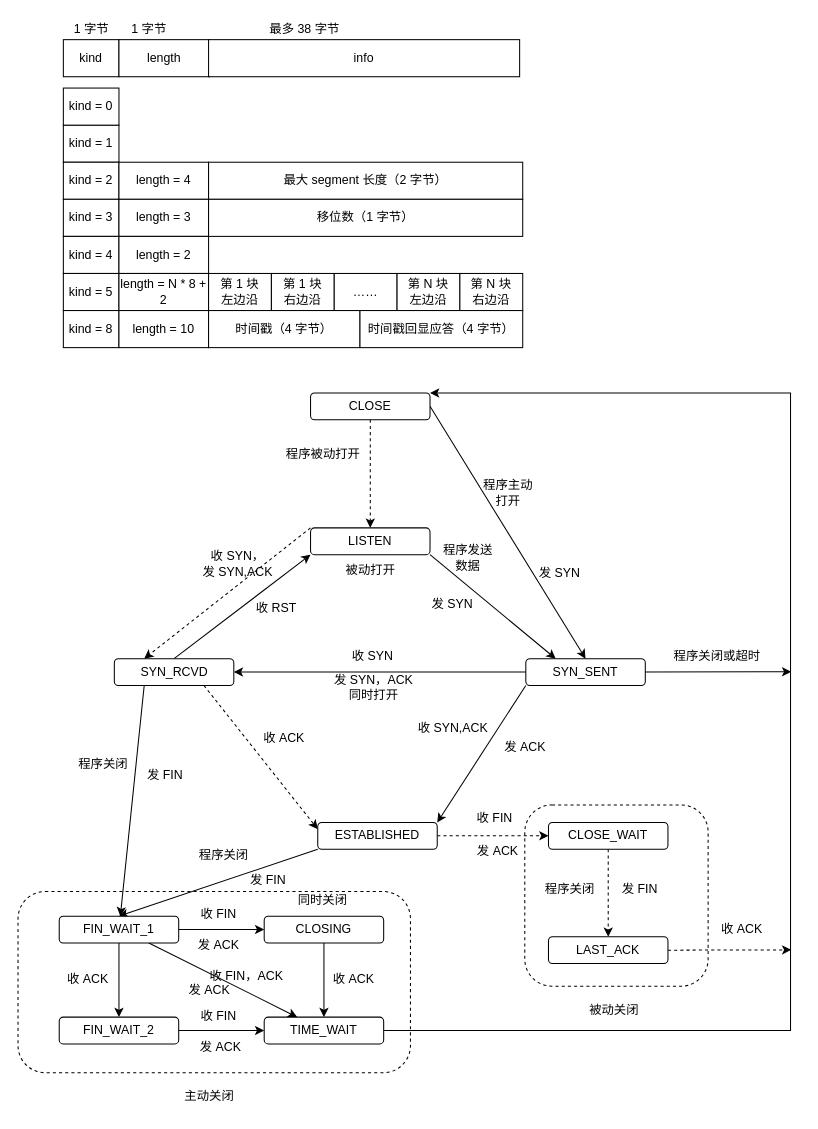
This is [goodBook]/[What]goodBook--Linux高性能服务器编程/chapter3/pic.drawio from KcMeterCEC/explore, a draw.io file, before an edit. Source tidied: cells renumbered, new cells numbered last; positions are measured from the earlier drawing's top-left corner, leaving out a move shared by most shapes. Both pictures are drawn from the tidied source at 103%, with x=0, y=0 at pixel (18, 18).
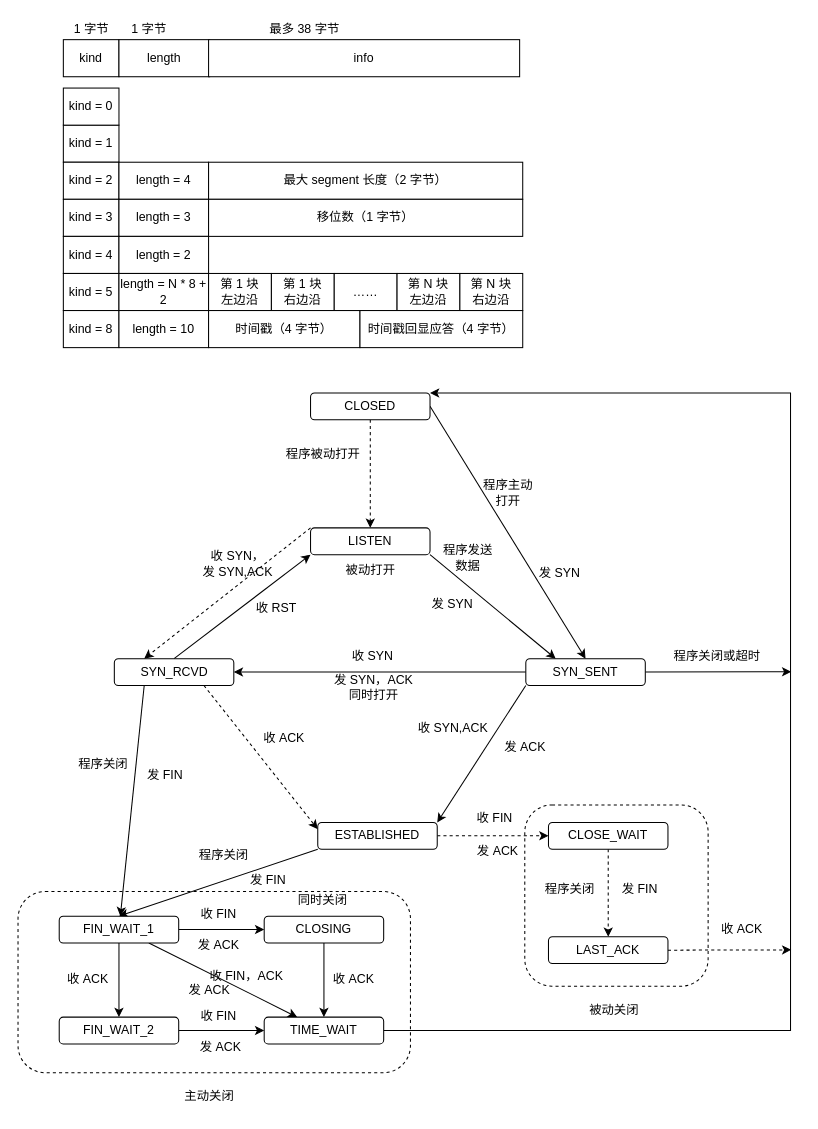
The same diagram, later.

Diff of the diagram source:
```diff
@@
-    <mxCell id="33" value="CLOSE" style="rounded=1;whiteSpace=wrap;html=1;" parent="1" vertex="1">
+    <mxCell id="33" value="CLOSED" style="rounded=1;whiteSpace=wrap;html=1;" parent="1" vertex="1">
       <mxGeometry x="284" y="364" width="116" height="26" as="geometry" />
     </mxCell>
```
